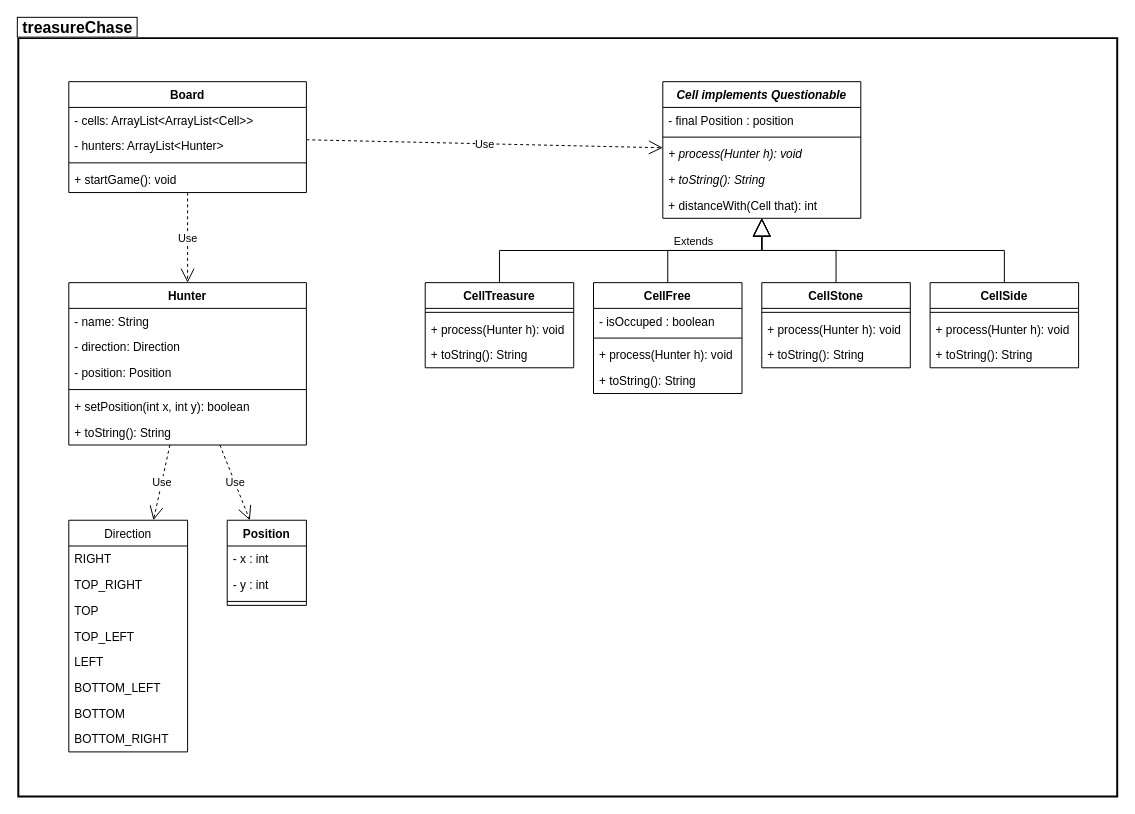
The draw.io diagram Treasure_chase_classes.drawio in nathanaelhoun/Treasure-chase, before the edit. Source tidied: cells renumbered, new cells numbered last; positions are measured from the earlier drawing's top-left corner, leaving out a move shared by most shapes. Both pictures are drawn from the tidied source at 99%, with x=0, y=0 at pixel (18, 24).
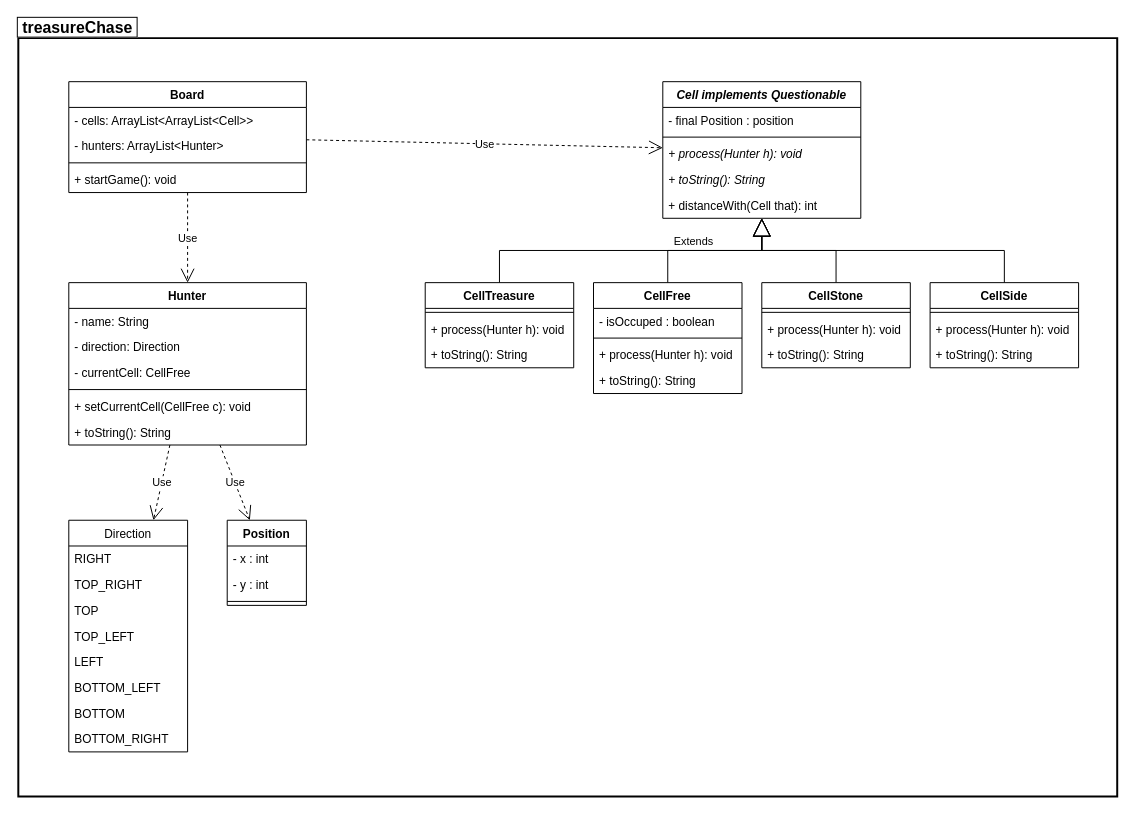
The same diagram, later.

Unchanged cells that the change refers to:
```xml
<mxCell id="29" value="Hunter" style="swimlane;fontStyle=1;align=center;verticalAlign=top;horizontal=1;startSize=26;rounded=0;comic=0;shadow=0;" parent="3" vertex="1">
  <mxGeometry x="51" y="261" width="240" height="164" as="geometry" />
</mxCell>
```

Diff of the diagram source:
```diff
@@
-    <mxCell id="32" value="- position: Position" style="text;strokeColor=none;fillColor=none;align=left;verticalAlign=top;spacingLeft=4;spacingRight=4;overflow=hidden;shadow=0;" parent="29" vertex="1">
+    <mxCell id="32" value="- currentCell: CellFree" style="text;strokeColor=none;fillColor=none;align=left;verticalAlign=top;spacingLeft=4;spacingRight=4;overflow=hidden;shadow=0;" parent="29" vertex="1">
       <mxGeometry y="78" width="240" height="26" as="geometry" />
     </mxCell>
@@
-    <mxCell id="34" value="+ setPosition(int x, int y): boolean" style="text;strokeColor=none;fillColor=none;align=left;verticalAlign=top;spacingLeft=4;spacingRight=4;overflow=hidden;shadow=0;" parent="29" vertex="1">
+    <mxCell id="34" value="+ setCurrentCell(CellFree c): void" style="text;strokeColor=none;fillColor=none;align=left;verticalAlign=top;spacingLeft=4;spacingRight=4;overflow=hidden;shadow=0;" parent="29" vertex="1">
       <mxGeometry y="112" width="240" height="26" as="geometry" />
     </mxCell>
```
